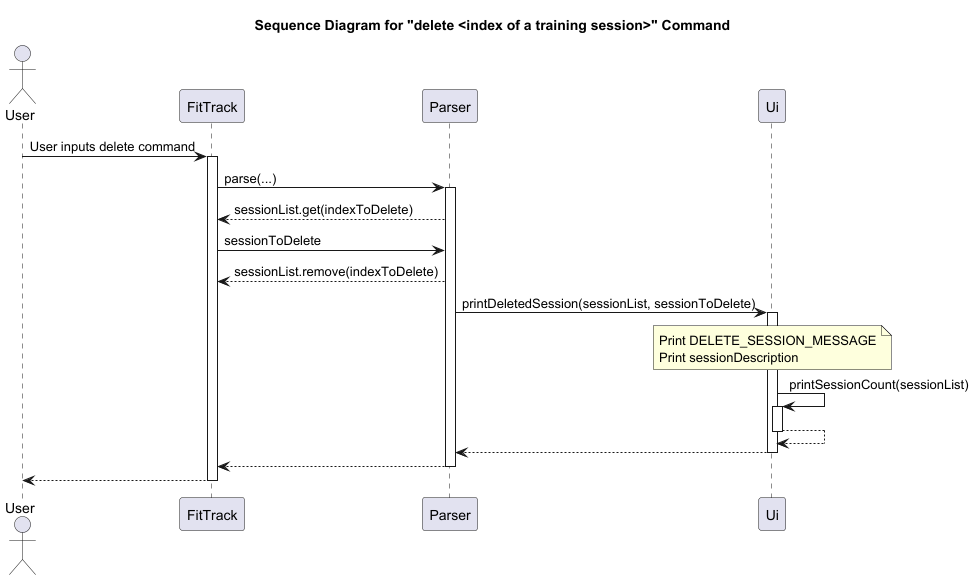
Earlier version of the PlantUML export docs/Images/Sequence_DeleteTrainingSession.png (nus-cs2113-AY2425S1/tp).
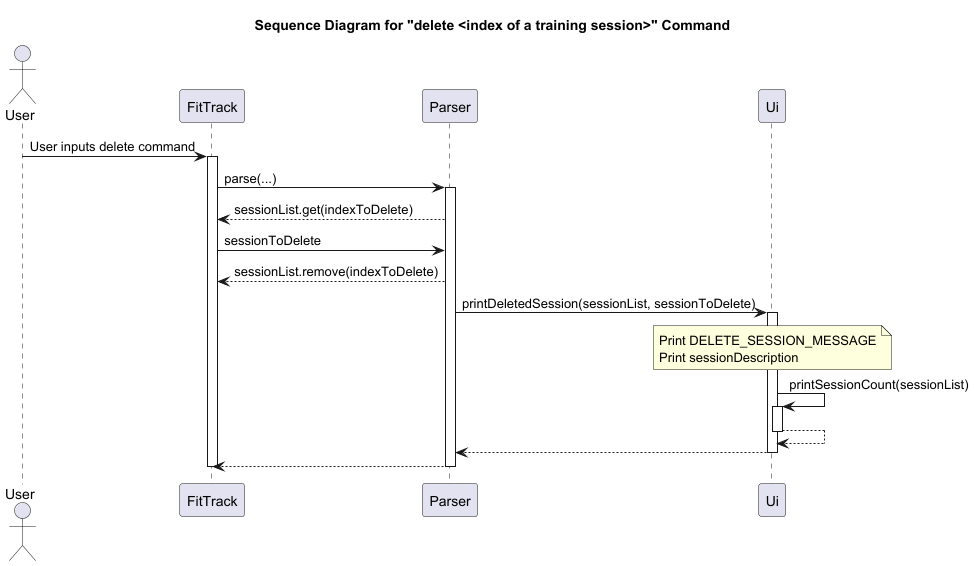
Later version of the same file.

What changed in the source:
```diff
@@ -32,7 +32,6 @@
 deactivate Ui
 Parser --> FitTrack
 deactivate Parser
-FitTrack --> User
 deactivate FitTrack
 
 @enduml
```
